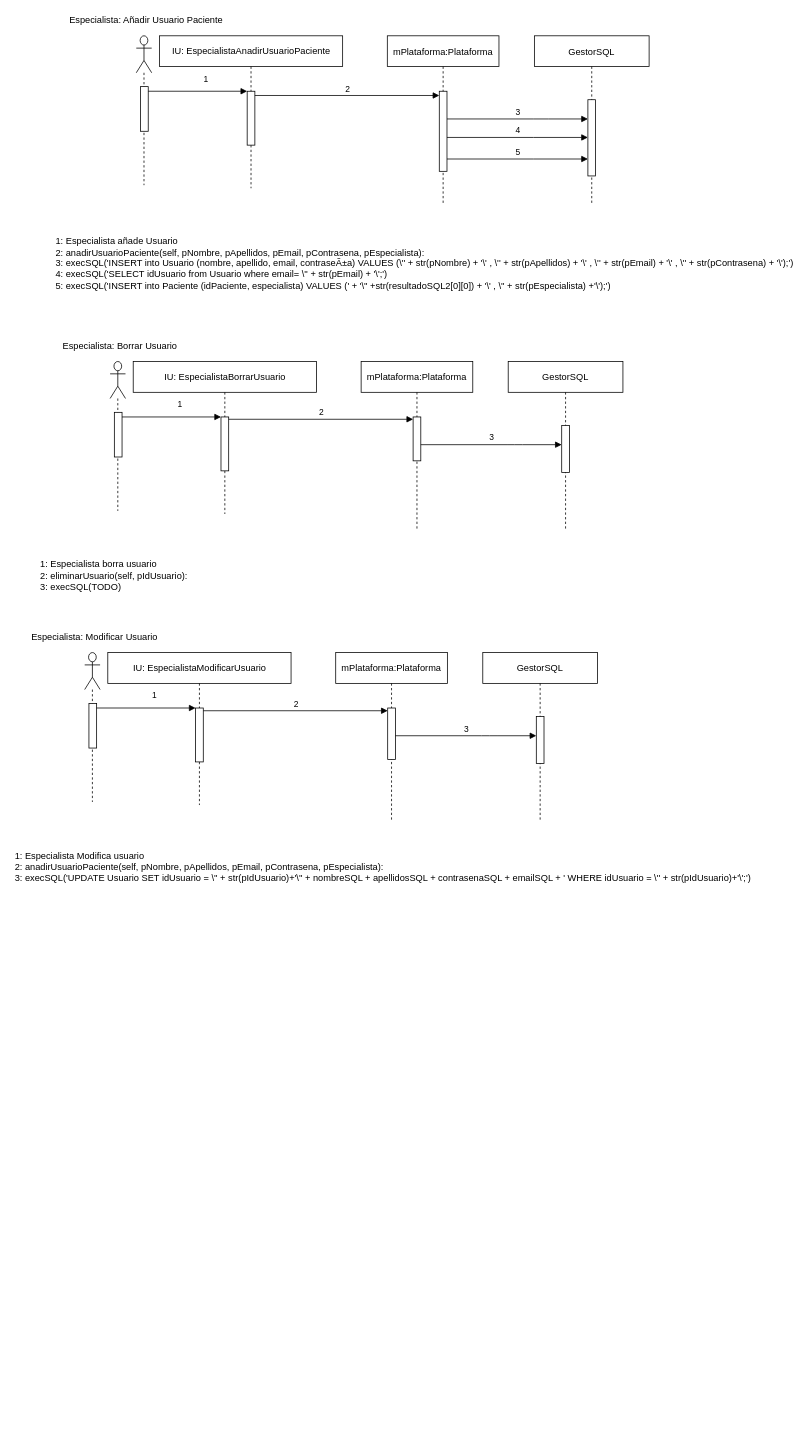
javierpm997/TFG keeps this draw.io diagram as Documentación/3. - Análisis y diseño/Diagramas de Secuencia Especialista.drawio. Above is the earlier version. Source tidied: cells renumbered, new cells numbered last; positions are measured from the earlier drawing's top-left corner, leaving out a move shared by most shapes. Both pictures are drawn from the tidied source at 77%, with x=0, y=0 at pixel (13, 13).
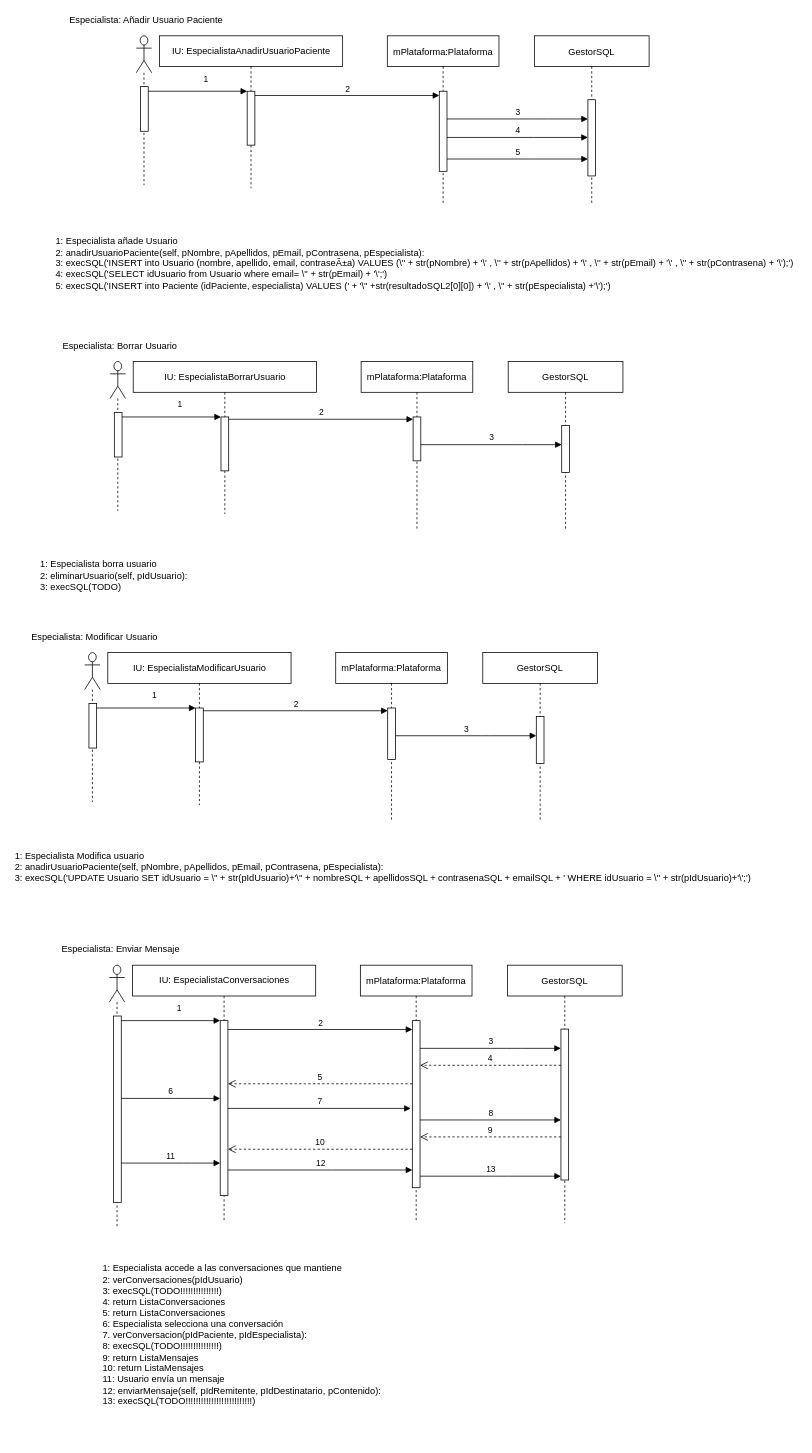
After the change.

Change to the diagram source:
```diff
@@
+    <mxCell id="43" value="mPlataforma:Plataforma" style="shape=umlLifeline;perimeter=lifelinePerimeter;rounded=0;shadow=0;strokeWidth=1;" parent="1" vertex="1">
+      <mxGeometry x="450.5" y="1236" width="145" height="333" as="geometry" />
+    </mxCell>
+    <mxCell id="44" style="points=[];perimeter=orthogonalPerimeter;rounded=0;shadow=0;strokeWidth=1;" parent="43" vertex="1">
+      <mxGeometry x="67.5" y="72" width="10" height="217" as="geometry" />
+    </mxCell>
+    <mxCell id="45" value="GestorSQL" style="shape=umlLifeline;perimeter=lifelinePerimeter;rounded=0;shadow=0;strokeWidth=1;" parent="1" vertex="1">
+      <mxGeometry x="641.5" y="1236" width="149" height="335" as="geometry" />
+    </mxCell>
+    <mxCell id="46" style="points=[];perimeter=orthogonalPerimeter;rounded=0;shadow=0;strokeWidth=1;" parent="45" vertex="1">
+      <mxGeometry x="69.5" y="83" width="10" height="196" as="geometry" />
+    </mxCell>
+    <mxCell id="47" style="shape=umlLifeline;participant=umlActor;perimeter=lifelinePerimeter;whiteSpace=wrap;html=1;verticalAlign=top;spacingTop=36;size=48;" parent="1" vertex="1">
+      <mxGeometry x="124.5" y="1236" width="20" height="341" as="geometry" />
+    </mxCell>
+    <mxCell id="48" style="html=1;points=[];perimeter=orthogonalPerimeter;" parent="47" vertex="1">
+      <mxGeometry x="5.5" y="66" width="10" height="242" as="geometry" />
+    </mxCell>
+    <mxCell id="49" value="IU: EspecialistaConversaciones" style="shape=umlLifeline;perimeter=lifelinePerimeter;whiteSpace=wrap;html=1;" parent="1" vertex="1">
+      <mxGeometry x="154.5" y="1236" width="238" height="334" as="geometry" />
+    </mxCell>
+    <mxCell id="50" style="html=1;points=[];perimeter=orthogonalPerimeter;" parent="49" vertex="1">
+      <mxGeometry x="114" y="72" width="10" height="227" as="geometry" />
+    </mxCell>
+    <mxCell id="51" value="Especialista: Enviar Mensaje" style="text;html=1;align=center;verticalAlign=middle;strokeColor=none;" parent="1" vertex="1">
+      <mxGeometry x="57" y="1207" width="163" height="18" as="geometry" />
+    </mxCell>
+    <mxCell id="52" value="1" style="html=1;verticalAlign=bottom;endArrow=block;entryX=0;entryY=0;" parent="1" edge="1" source="48" target="50">
+      <mxGeometry x="0.17" y="7" relative="1" as="geometry" />
+    </mxCell>
+    <mxCell id="53" value="2" style="html=1;verticalAlign=bottom;endArrow=block;entryX=0.002;entryY=0.053;entryDx=0;entryDy=0;entryPerimeter=0;" parent="1" edge="1" source="50" target="44">
+      <mxGeometry relative="1" as="geometry" />
+    </mxCell>
+    <mxCell id="54" value="3" style="html=1;verticalAlign=bottom;endArrow=block;" parent="1" edge="1" source="44" target="46">
+      <mxGeometry relative="1" as="geometry">
+        <Array as="points">
+          <mxPoint x="650" y="1344" />
+        </Array>
+      </mxGeometry>
+    </mxCell>
+    <mxCell id="55" value="&lt;div style=&quot;text-align: justify&quot;&gt;&lt;span&gt;1: Especialista accede a las conversaciones que mantiene&lt;/span&gt;&lt;/div&gt;&lt;div style=&quot;text-align: justify&quot;&gt;&lt;/div&gt;&lt;span style=&quot;text-align: justify&quot;&gt;2:&amp;nbsp;&lt;/span&gt;&lt;span style=&quot;text-align: justify&quot;&gt;verConversaciones(pIdUsuario)&lt;/span&gt;&lt;span style=&quot;text-align: justify&quot;&gt;&lt;br&gt;3:&amp;nbsp;&lt;/span&gt;&lt;span style=&quot;text-align: justify&quot;&gt;execSQL(TODO!!!!!!!!!!!!!!!)&lt;br&gt;4: return ListaConversaciones&lt;br&gt;5: return ListaConversaciones&lt;br&gt;6: Especialista selecciona una conversación&lt;br&gt;7.&amp;nbsp;&lt;/span&gt;&lt;span style=&quot;text-align: justify&quot;&gt;verConversacion(pIdPaciente, pIdEspecialista):&lt;br&gt;8:&amp;nbsp;&lt;/span&gt;&lt;span style=&quot;text-align: justify&quot;&gt;execSQL(TODO!!!!!!!!!!!!!!!)&lt;br&gt;9: return ListaMensajes&lt;br&gt;10: return ListaMensajes&lt;br&gt;11: Usuario envía un mensaje&lt;br&gt;12: enviarMensaje(self, pIdRemitente, pIdDestinatario, pContenido):&lt;br&gt;13: execSQL(TODO!!!!!!!!!!!!!!!!!!!!!!!!!!)&lt;/span&gt;&lt;span style=&quot;text-align: justify&quot;&gt;&lt;br&gt;&lt;/span&gt;&lt;span style=&quot;text-align: justify&quot;&gt;&lt;br&gt;&lt;/span&gt;&lt;span style=&quot;text-align: justify&quot;&gt;&lt;div&gt;&lt;br&gt;&lt;/div&gt;&lt;/span&gt;&lt;span style=&quot;text-align: justify&quot;&gt;&lt;div&gt;&lt;br&gt;&lt;/div&gt;&lt;/span&gt;" style="text;html=1;align=left;verticalAlign=middle;strokeColor=none;" parent="1" vertex="1">
+      <mxGeometry x="113.5" y="1624" width="372" height="228" as="geometry" />
+    </mxCell>
+    <mxCell id="56" value="4" style="html=1;verticalAlign=bottom;endArrow=open;dashed=1;endSize=8;" parent="1" edge="1" source="46" target="44">
+      <mxGeometry relative="1" as="geometry">
+        <Array as="points">
+          <mxPoint x="537" y="1366" />
+        </Array>
+      </mxGeometry>
+    </mxCell>
+    <mxCell id="57" value="5" style="html=1;verticalAlign=bottom;endArrow=open;dashed=1;endSize=8;" parent="1" edge="1" source="44" target="50">
+      <mxGeometry relative="1" as="geometry">
+        <Array as="points">
+          <mxPoint x="369" y="1390" />
+        </Array>
+      </mxGeometry>
+    </mxCell>
+    <mxCell id="58" value="6" style="html=1;verticalAlign=bottom;endArrow=block;" parent="1" edge="1" source="48" target="50">
+      <mxGeometry relative="1" as="geometry">
+        <Array as="points">
+          <mxPoint x="219" y="1409" />
+        </Array>
+      </mxGeometry>
+    </mxCell>
+    <mxCell id="59" value="7" style="html=1;verticalAlign=bottom;endArrow=block;" parent="1" edge="1" source="50">
+      <mxGeometry relative="1" as="geometry">
+        <mxPoint x="516" y="1422" as="targetPoint" />
+      </mxGeometry>
+    </mxCell>
+    <mxCell id="60" value="8" style="html=1;verticalAlign=bottom;endArrow=block;" parent="1" edge="1" source="44" target="46">
+      <mxGeometry relative="1" as="geometry">
+        <Array as="points">
+          <mxPoint x="599" y="1437" />
+        </Array>
+      </mxGeometry>
+    </mxCell>
+    <mxCell id="61" value="9" style="html=1;verticalAlign=bottom;endArrow=open;dashed=1;endSize=8;" parent="1" edge="1" source="46" target="44">
+      <mxGeometry relative="1" as="geometry">
+        <Array as="points">
+          <mxPoint x="574" y="1459" />
+        </Array>
+      </mxGeometry>
+    </mxCell>
+    <mxCell id="62" value="10" style="html=1;verticalAlign=bottom;endArrow=open;dashed=1;endSize=8;" parent="1" edge="1" source="44" target="50">
+      <mxGeometry relative="1" as="geometry">
+        <Array as="points">
+          <mxPoint x="359" y="1475" />
+        </Array>
+      </mxGeometry>
+    </mxCell>
+    <mxCell id="63" value="11" style="html=1;verticalAlign=bottom;endArrow=block;" parent="1" edge="1" source="48" target="50">
+      <mxGeometry relative="1" as="geometry">
+        <Array as="points">
+          <mxPoint x="221" y="1493" />
+        </Array>
+      </mxGeometry>
+    </mxCell>
+    <mxCell id="64" value="12" style="html=1;verticalAlign=bottom;endArrow=block;" parent="1" edge="1" source="50" target="44">
+      <mxGeometry relative="1" as="geometry">
+        <Array as="points">
+          <mxPoint x="403" y="1502" />
+        </Array>
+      </mxGeometry>
+    </mxCell>
+    <mxCell id="65" value="13" style="html=1;verticalAlign=bottom;endArrow=block;" parent="1" edge="1" source="44" target="46">
+      <mxGeometry relative="1" as="geometry">
+        <Array as="points">
+          <mxPoint x="633" y="1510" />
+        </Array>
+      </mxGeometry>
+    </mxCell>
```
